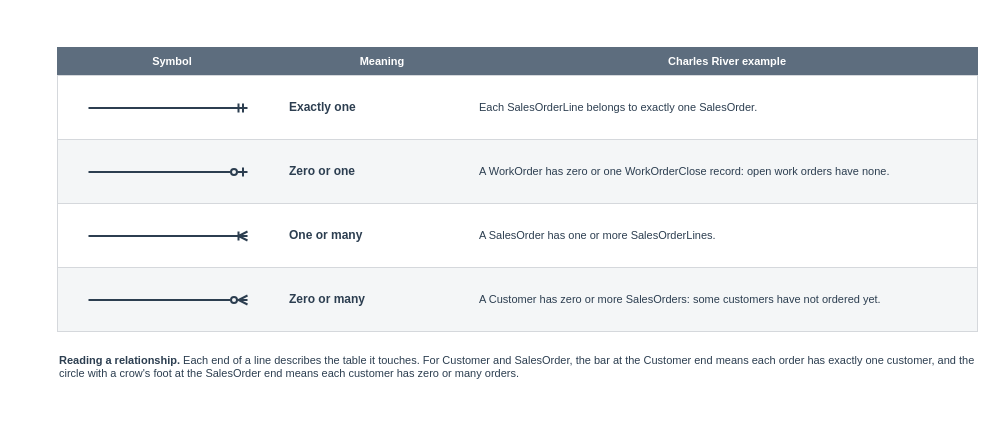
This is visuals/src/fig-03-04-crows-foot-notation.drawio from mmcodesso/Accounting_Analytics_Book, a draw.io file, before an edit. Source tidied: cells renumbered, new cells numbered last; positions are measured from the earlier drawing's top-left corner, leaving out a move shared by most shapes. Both pictures are drawn from the tidied source at 100%, with x=0, y=0 at pixel (57, 47).
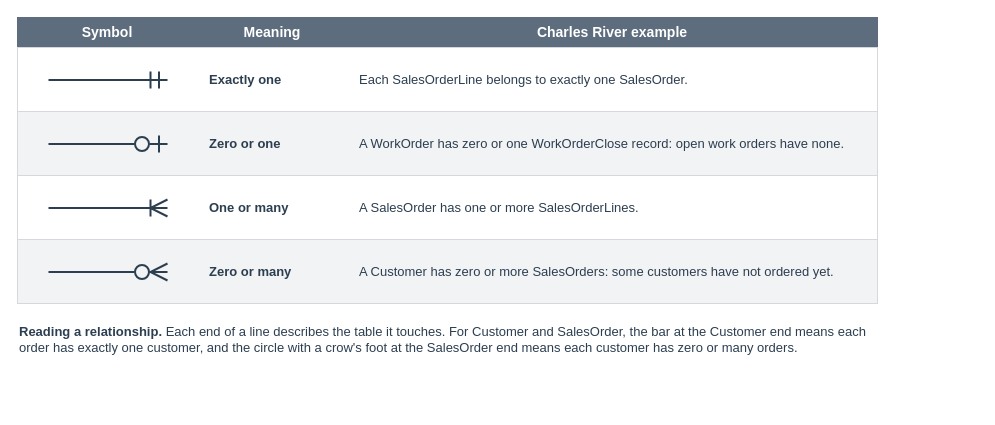
The same page after the edit.

Change to the diagram source:
```diff
@@
-<mxGraphModel>
+<mxGraphModel background="#FFFFFF">
@@
+    <mxCell id="30" style="rounded=0;html=1;fillColor=none;strokeColor=none;" parent="1" vertex="1">
+      <mxGeometry x="-40" y="-30" width="860" height="362" as="geometry" />
+    </mxCell>
-    <mxCell id="2" value="&lt;b&gt;Symbol&lt;/b&gt;" style="rounded=0;whiteSpace=wrap;html=1;fillColor=#5D6D7E;strokeColor=#5D6D7E;fontColor=#FFFFFF;fontSize=11;fontStyle=0;align=center;verticalAlign=middle;fontFamily=Helvetica;arcSize=8;spacingLeft=6;spacingRight=6;" parent="1" vertex="1">
-      <mxGeometry width="230" height="28" as="geometry" />
+    <mxCell id="2" value="&lt;b&gt;Symbol&lt;/b&gt;" style="rounded=0;arcSize=6;whiteSpace=wrap;html=1;fillColor=#5D6D7E;strokeColor=#5D6D7E;strokeWidth=1;fontColor=#FFFFFF;fontSize=14;fontStyle=0;align=center;verticalAlign=middle;fontFamily=Helvetica;spacingLeft=6;spacingRight=6;" parent="1" vertex="1">
+      <mxGeometry x="-40" y="-30" width="180" height="30" as="geometry" />
     </mxCell>
-    <mxCell id="3" value="&lt;b&gt;Meaning&lt;/b&gt;" style="rounded=0;whiteSpace=wrap;html=1;fillColor=#5D6D7E;strokeColor=#5D6D7E;fontColor=#FFFFFF;fontSize=11;fontStyle=0;align=center;verticalAlign=middle;fontFamily=Helvetica;arcSize=8;spacingLeft=6;spacingRight=6;" parent="1" vertex="1">
-      <mxGeometry x="230" width="190" height="28" as="geometry" />
+    <mxCell id="3" value="&lt;b&gt;Meaning&lt;/b&gt;" style="rounded=0;arcSize=6;whiteSpace=wrap;html=1;fillColor=#5D6D7E;strokeColor=#5D6D7E;strokeWidth=1;fontColor=#FFFFFF;fontSize=14;fontStyle=0;align=center;verticalAlign=middle;fontFamily=Helvetica;spacingLeft=6;spacingRight=6;" parent="1" vertex="1">
+      <mxGeometry x="140" y="-30" width="150" height="30" as="geometry" />
     </mxCell>
-    <mxCell id="4" value="&lt;b&gt;Charles River example&lt;/b&gt;" style="rounded=0;whiteSpace=wrap;html=1;fillColor=#5D6D7E;strokeColor=#5D6D7E;fontColor=#FFFFFF;fontSize=11;fontStyle=0;align=center;verticalAlign=middle;fontFamily=Helvetica;arcSize=8;spacingLeft=6;spacingRight=6;" parent="1" vertex="1">
-      <mxGeometry x="420" width="500" height="28" as="geometry" />
+    <mxCell id="4" value="&lt;b&gt;Charles River example&lt;/b&gt;" style="rounded=0;arcSize=6;whiteSpace=wrap;html=1;fillColor=#5D6D7E;strokeColor=#5D6D7E;strokeWidth=1;fontColor=#FFFFFF;fontSize=14;fontStyle=0;align=center;verticalAlign=middle;fontFamily=Helvetica;spacingLeft=6;spacingRight=6;" parent="1" vertex="1">
+      <mxGeometry x="290" y="-30" width="530" height="30" as="geometry" />
     </mxCell>
-    <mxCell id="5" style="rounded=0;whiteSpace=wrap;html=1;fillColor=#FFFFFF;strokeColor=#D5D8DC;fontColor=#2C3E50;fontSize=11;fontStyle=0;align=center;verticalAlign=middle;fontFamily=Helvetica;arcSize=8;spacingLeft=6;spacingRight=6;" parent="1" vertex="1">
-      <mxGeometry y="28" width="920" height="64" as="geometry" />
+    <mxCell id="5" style="rounded=0;arcSize=6;whiteSpace=wrap;html=1;fillColor=#FFFFFF;strokeColor=#D5D8DC;strokeWidth=1;fontColor=#2C3E50;fontSize=13;fontStyle=0;align=center;verticalAlign=middle;fontFamily=Helvetica;spacingLeft=6;spacingRight=6;" parent="1" vertex="1">
+      <mxGeometry x="-40" width="860" height="64" as="geometry" />
     </mxCell>
     <mxCell id="6" style="text;html=1;strokeColor=none;fillColor=none;" parent="1" vertex="1">
-      <mxGeometry x="30" y="60" width="1" height="1" as="geometry" />
+      <mxGeometry x="-10" y="32" width="1" height="1" as="geometry" />
     </mxCell>
     <mxCell id="7" style="text;html=1;strokeColor=none;fillColor=none;" parent="1" vertex="1">
-      <mxGeometry x="190" y="60" width="1" height="1" as="geometry" />
+      <mxGeometry x="110" y="32" width="1" height="1" as="geometry" />
     </mxCell>
-    <mxCell id="8" style="edgeStyle=orthogonalEdgeStyle;rounded=1;html=1;startArrow=none;endArrow=ERmandOne;startFill=0;endFill=0;strokeColor=#2C3E50;strokeWidth=2;fontSize=9;fontColor=#5D6D7E;fontFamily=Helvetica;labelBackgroundColor=#FFFFFF;" parent="1" edge="1" source="6" target="7">
+    <mxCell id="8" style="edgeStyle=orthogonalEdgeStyle;rounded=1;html=1;startArrow=none;endArrow=ERmandOne;startFill=0;endFill=0;startSize=14;endSize=14;strokeColor=#2C3E50;strokeWidth=2;fontSize=12;fontColor=#2C3E50;fontFamily=Helvetica;labelBackgroundColor=#FFFFFF;" parent="1" edge="1" source="6" target="7">
       <mxGeometry relative="1" as="geometry" />
     </mxCell>
-    <mxCell id="9" value="&lt;b&gt;Exactly one&lt;/b&gt;" style="text;html=1;whiteSpace=wrap;align=left;verticalAlign=middle;fontSize=12;fontColor=#2C3E50;fontStyle=0;fontFamily=Helvetica;spacing=2;" parent="1" vertex="1">
-      <mxGeometry x="230" y="48" width="190" height="24" as="geometry" />
+    <mxCell id="9" value="&lt;b&gt;Exactly one&lt;/b&gt;" style="text;html=1;whiteSpace=wrap;align=left;verticalAlign=middle;fontSize=13;fontColor=#2C3E50;fontStyle=0;fontFamily=Helvetica;spacing=2;fillColor=none;strokeColor=none;" parent="1" vertex="1">
+      <mxGeometry x="150" y="20" width="140" height="24" as="geometry" />
     </mxCell>
-    <mxCell id="10" value="Each SalesOrderLine belongs to exactly one SalesOrder." style="text;html=1;whiteSpace=wrap;align=left;verticalAlign=middle;fontSize=11;fontColor=#2C3E50;fontStyle=0;fontFamily=Helvetica;spacing=2;" parent="1" vertex="1">
-      <mxGeometry x="420" y="40" width="490" height="40" as="geometry" />
+    <mxCell id="10" value="Each SalesOrderLine belongs to exactly one SalesOrder." style="text;html=1;whiteSpace=wrap;align=left;verticalAlign=middle;fontSize=13;fontColor=#2C3E50;fontStyle=0;fontFamily=Helvetica;spacing=2;fillColor=none;strokeColor=none;" parent="1" vertex="1">
+      <mxGeometry x="300" y="10" width="510" height="44" as="geometry" />
     </mxCell>
-    <mxCell id="11" style="rounded=0;whiteSpace=wrap;html=1;fillColor=#F4F6F7;strokeColor=#D5D8DC;fontColor=#2C3E50;fontSize=11;fontStyle=0;align=center;verticalAlign=middle;fontFamily=Helvetica;arcSize=8;spacingLeft=6;spacingRight=6;" parent="1" vertex="1">
-      <mxGeometry y="92" width="920" height="64" as="geometry" />
+    <mxCell id="11" style="rounded=0;arcSize=6;whiteSpace=wrap;html=1;fillColor=#F2F3F4;strokeColor=#D5D8DC;strokeWidth=1;fontColor=#2C3E50;fontSize=13;fontStyle=0;align=center;verticalAlign=middle;fontFamily=Helvetica;spacingLeft=6;spacingRight=6;" parent="1" vertex="1">
+      <mxGeometry x="-40" y="64" width="860" height="64" as="geometry" />
     </mxCell>
     <mxCell id="12" style="text;html=1;strokeColor=none;fillColor=none;" parent="1" vertex="1">
-      <mxGeometry x="30" y="124" width="1" height="1" as="geometry" />
+      <mxGeometry x="-10" y="96" width="1" height="1" as="geometry" />
     </mxCell>
     <mxCell id="13" style="text;html=1;strokeColor=none;fillColor=none;" parent="1" vertex="1">
-      <mxGeometry x="190" y="124" width="1" height="1" as="geometry" />
+      <mxGeometry x="110" y="96" width="1" height="1" as="geometry" />
     </mxCell>
-    <mxCell id="14" style="edgeStyle=orthogonalEdgeStyle;rounded=1;html=1;startArrow=none;endArrow=ERzeroToOne;startFill=0;endFill=0;strokeColor=#2C3E50;strokeWidth=2;fontSize=9;fontColor=#5D6D7E;fontFamily=Helvetica;labelBackgroundColor=#FFFFFF;" parent="1" edge="1" source="12" target="13">
+    <mxCell id="14" style="edgeStyle=orthogonalEdgeStyle;rounded=1;html=1;startArrow=none;endArrow=ERzeroToOne;startFill=0;endFill=0;startSize=14;endSize=14;strokeColor=#2C3E50;strokeWidth=2;fontSize=12;fontColor=#2C3E50;fontFamily=Helvetica;labelBackgroundColor=#FFFFFF;" parent="1" edge="1" source="12" target="13">
       <mxGeometry relative="1" as="geometry" />
     </mxCell>
-    <mxCell id="15" value="&lt;b&gt;Zero or one&lt;/b&gt;" style="text;html=1;whiteSpace=wrap;align=left;verticalAlign=middle;fontSize=12;fontColor=#2C3E50;fontStyle=0;fontFamily=Helvetica;spacing=2;" parent="1" vertex="1">
-      <mxGeometry x="230" y="112" width="190" height="24" as="geometry" />
+    <mxCell id="15" value="&lt;b&gt;Zero or one&lt;/b&gt;" style="text;html=1;whiteSpace=wrap;align=left;verticalAlign=middle;fontSize=13;fontColor=#2C3E50;fontStyle=0;fontFamily=Helvetica;spacing=2;fillColor=none;strokeColor=none;" parent="1" vertex="1">
+      <mxGeometry x="150" y="84" width="140" height="24" as="geometry" />
     </mxCell>
-    <mxCell id="16" value="A WorkOrder has zero or one WorkOrderClose record: open work orders have none." style="text;html=1;whiteSpace=wrap;align=left;verticalAlign=middle;fontSize=11;fontColor=#2C3E50;fontStyle=0;fontFamily=Helvetica;spacing=2;" parent="1" vertex="1">
-      <mxGeometry x="420" y="104" width="490" height="40" as="geometry" />
+    <mxCell id="16" value="A WorkOrder has zero or one WorkOrderClose record: open work orders have none." style="text;html=1;whiteSpace=wrap;align=left;verticalAlign=middle;fontSize=13;fontColor=#2C3E50;fontStyle=0;fontFamily=Helvetica;spacing=2;fillColor=none;strokeColor=none;" parent="1" vertex="1">
+      <mxGeometry x="300" y="74" width="510" height="44" as="geometry" />
     </mxCell>
-    <mxCell id="17" style="rounded=0;whiteSpace=wrap;html=1;fillColor=#FFFFFF;strokeColor=#D5D8DC;fontColor=#2C3E50;fontSize=11;fontStyle=0;align=center;verticalAlign=middle;fontFamily=Helvetica;arcSize=8;spacingLeft=6;spacingRight=6;" parent="1" vertex="1">
-      <mxGeometry y="156" width="920" height="64" as="geometry" />
+    <mxCell id="17" style="rounded=0;arcSize=6;whiteSpace=wrap;html=1;fillColor=#FFFFFF;strokeColor=#D5D8DC;strokeWidth=1;fontColor=#2C3E50;fontSize=13;fontStyle=0;align=center;verticalAlign=middle;fontFamily=Helvetica;spacingLeft=6;spacingRight=6;" parent="1" vertex="1">
+      <mxGeometry x="-40" y="128" width="860" height="64" as="geometry" />
     </mxCell>
     <mxCell id="18" style="text;html=1;strokeColor=none;fillColor=none;" parent="1" vertex="1">
-      <mxGeometry x="30" y="188" width="1" height="1" as="geometry" />
+      <mxGeometry x="-10" y="160" width="1" height="1" as="geometry" />
     </mxCell>
     <mxCell id="19" style="text;html=1;strokeColor=none;fillColor=none;" parent="1" vertex="1">
-      <mxGeometry x="190" y="188" width="1" height="1" as="geometry" />
+      <mxGeometry x="110" y="160" width="1" height="1" as="geometry" />
     </mxCell>
-    <mxCell id="20" style="edgeStyle=orthogonalEdgeStyle;rounded=1;html=1;startArrow=none;endArrow=ERoneToMany;startFill=0;endFill=0;strokeColor=#2C3E50;strokeWidth=2;fontSize=9;fontColor=#5D6D7E;fontFamily=Helvetica;labelBackgroundColor=#FFFFFF;" parent="1" edge="1" source="18" target="19">
+    <mxCell id="20" style="edgeStyle=orthogonalEdgeStyle;rounded=1;html=1;startArrow=none;endArrow=ERoneToMany;startFill=0;endFill=0;startSize=14;endSize=14;strokeColor=#2C3E50;strokeWidth=2;fontSize=12;fontColor=#2C3E50;fontFamily=Helvetica;labelBackgroundColor=#FFFFFF;" parent="1" edge="1" source="18" target="19">
       <mxGeometry relative="1" as="geometry" />
     </mxCell>
-    <mxCell id="21" value="&lt;b&gt;One or many&lt;/b&gt;" style="text;html=1;whiteSpace=wrap;align=left;verticalAlign=middle;fontSize=12;fontColor=#2C3E50;fontStyle=0;fontFamily=Helvetica;spacing=2;" parent="1" vertex="1">
-      <mxGeometry x="230" y="176" width="190" height="24" as="geometry" />
+    <mxCell id="21" value="&lt;b&gt;One or many&lt;/b&gt;" style="text;html=1;whiteSpace=wrap;align=left;verticalAlign=middle;fontSize=13;fontColor=#2C3E50;fontStyle=0;fontFamily=Helvetica;spacing=2;fillColor=none;strokeColor=none;" parent="1" vertex="1">
+      <mxGeometry x="150" y="148" width="140" height="24" as="geometry" />
     </mxCell>
-    <mxCell id="22" value="A SalesOrder has one or more SalesOrderLines." style="text;html=1;whiteSpace=wrap;align=left;verticalAlign=middle;fontSize=11;fontColor=#2C3E50;fontStyle=0;fontFamily=Helvetica;spacing=2;" parent="1" vertex="1">
-      <mxGeometry x="420" y="168" width="490" height="40" as="geometry" />
+    <mxCell id="22" value="A SalesOrder has one or more SalesOrderLines." style="text;html=1;whiteSpace=wrap;align=left;verticalAlign=middle;fontSize=13;fontColor=#2C3E50;fontStyle=0;fontFamily=Helvetica;spacing=2;fillColor=none;strokeColor=none;" parent="1" vertex="1">
+      <mxGeometry x="300" y="138" width="510" height="44" as="geometry" />
     </mxCell>
-    <mxCell id="23" style="rounded=0;whiteSpace=wrap;html=1;fillColor=#F4F6F7;strokeColor=#D5D8DC;fontColor=#2C3E50;fontSize=11;fontStyle=0;align=center;verticalAlign=middle;fontFamily=Helvetica;arcSize=8;spacingLeft=6;spacingRight=6;" parent="1" vertex="1">
-      <mxGeometry y="220" width="920" height="64" as="geometry" />
+    <mxCell id="23" style="rounded=0;arcSize=6;whiteSpace=wrap;html=1;fillColor=#F2F3F4;strokeColor=#D5D8DC;strokeWidth=1;fontColor=#2C3E50;fontSize=13;fontStyle=0;align=center;verticalAlign=middle;fontFamily=Helvetica;spacingLeft=6;spacingRight=6;" parent="1" vertex="1">
+      <mxGeometry x="-40" y="192" width="860" height="64" as="geometry" />
     </mxCell>
     <mxCell id="24" style="text;html=1;strokeColor=none;fillColor=none;" parent="1" vertex="1">
-      <mxGeometry x="30" y="252" width="1" height="1" as="geometry" />
+      <mxGeometry x="-10" y="224" width="1" height="1" as="geometry" />
     </mxCell>
     <mxCell id="25" style="text;html=1;strokeColor=none;fillColor=none;" parent="1" vertex="1">
-      <mxGeometry x="190" y="252" width="1" height="1" as="geometry" />
+      <mxGeometry x="110" y="224" width="1" height="1" as="geometry" />
     </mxCell>
-    <mxCell id="26" style="edgeStyle=orthogonalEdgeStyle;rounded=1;html=1;startArrow=none;endArrow=ERzeroToMany;startFill=0;endFill=0;strokeColor=#2C3E50;strokeWidth=2;fontSize=9;fontColor=#5D6D7E;fontFamily=Helvetica;labelBackgroundColor=#FFFFFF;" parent="1" edge="1" source="24" target="25">
+    <mxCell id="26" style="edgeStyle=orthogonalEdgeStyle;rounded=1;html=1;startArrow=none;endArrow=ERzeroToMany;startFill=0;endFill=0;startSize=14;endSize=14;strokeColor=#2C3E50;strokeWidth=2;fontSize=12;fontColor=#2C3E50;fontFamily=Helvetica;labelBackgroundColor=#FFFFFF;" parent="1" edge="1" source="24" target="25">
       <mxGeometry relative="1" as="geometry" />
     </mxCell>
-    <mxCell id="27" value="&lt;b&gt;Zero or many&lt;/b&gt;" style="text;html=1;whiteSpace=wrap;align=left;verticalAlign=middle;fontSize=12;fontColor=#2C3E50;fontStyle=0;fontFamily=Helvetica;spacing=2;" parent="1" vertex="1">
-      <mxGeometry x="230" y="240" width="190" height="24" as="geometry" />
+    <mxCell id="27" value="&lt;b&gt;Zero or many&lt;/b&gt;" style="text;html=1;whiteSpace=wrap;align=left;verticalAlign=middle;fontSize=13;fontColor=#2C3E50;fontStyle=0;fontFamily=Helvetica;spacing=2;fillColor=none;strokeColor=none;" parent="1" vertex="1">
+      <mxGeometry x="150" y="212" width="140" height="24" as="geometry" />
     </mxCell>
-    <mxCell id="28" value="A Customer has zero or more SalesOrders: some customers have not ordered yet." style="text;html=1;whiteSpace=wrap;align=left;verticalAlign=middle;fontSize=11;fontColor=#2C3E50;fontStyle=0;fontFamily=Helvetica;spacing=2;" parent="1" vertex="1">
-      <mxGeometry x="420" y="232" width="490" height="40" as="geometry" />
+    <mxCell id="28" value="A Customer has zero or more SalesOrders: some customers have not ordered yet." style="text;html=1;whiteSpace=wrap;align=left;verticalAlign=middle;fontSize=13;fontColor=#2C3E50;fontStyle=0;fontFamily=Helvetica;spacing=2;fillColor=none;strokeColor=none;" parent="1" vertex="1">
+      <mxGeometry x="300" y="202" width="510" height="44" as="geometry" />
     </mxCell>
-    <mxCell id="29" value="&lt;b&gt;Reading a relationship.&lt;/b&gt; Each end of a line describes the table it touches. For Customer and SalesOrder, the bar at the Customer end means each order has exactly one customer, and the circle with a crow's foot at the SalesOrder end means each customer has zero or many orders." style="text;html=1;whiteSpace=wrap;align=left;verticalAlign=top;fontSize=11;fontColor=#2C3E50;fontStyle=0;fontFamily=Helvetica;spacing=2;" parent="1" vertex="1">
-      <mxGeometry y="300" width="920" height="60" as="geometry" />
+    <mxCell id="29" value="&lt;b&gt;Reading a relationship.&lt;/b&gt; Each end of a line describes the table it touches. For Customer and SalesOrder, the bar at the Customer end means each order has exactly one customer, and the circle with a crow's foot at the SalesOrder end means each customer has zero or many orders." style="text;html=1;whiteSpace=wrap;align=left;verticalAlign=top;fontSize=13;fontColor=#2C3E50;fontStyle=0;fontFamily=Helvetica;spacing=2;fillColor=none;strokeColor=none;" parent="1" vertex="1">
+      <mxGeometry x="-40" y="270" width="860" height="60" as="geometry" />
     </mxCell>
```
